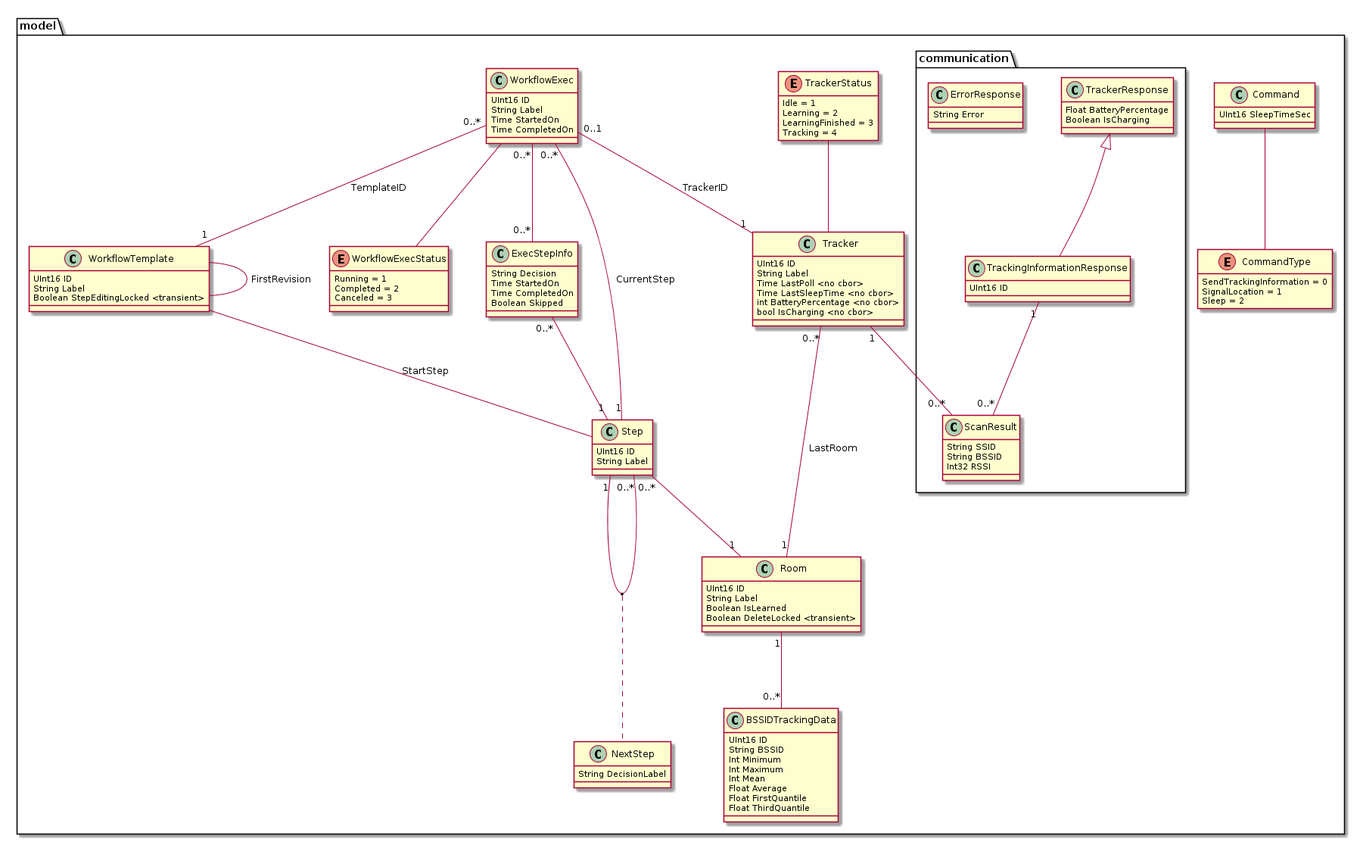
This is paper/images/uml.png from glidingthroughspace/paper-tracker, a PlantUML export, as it was before one commit.
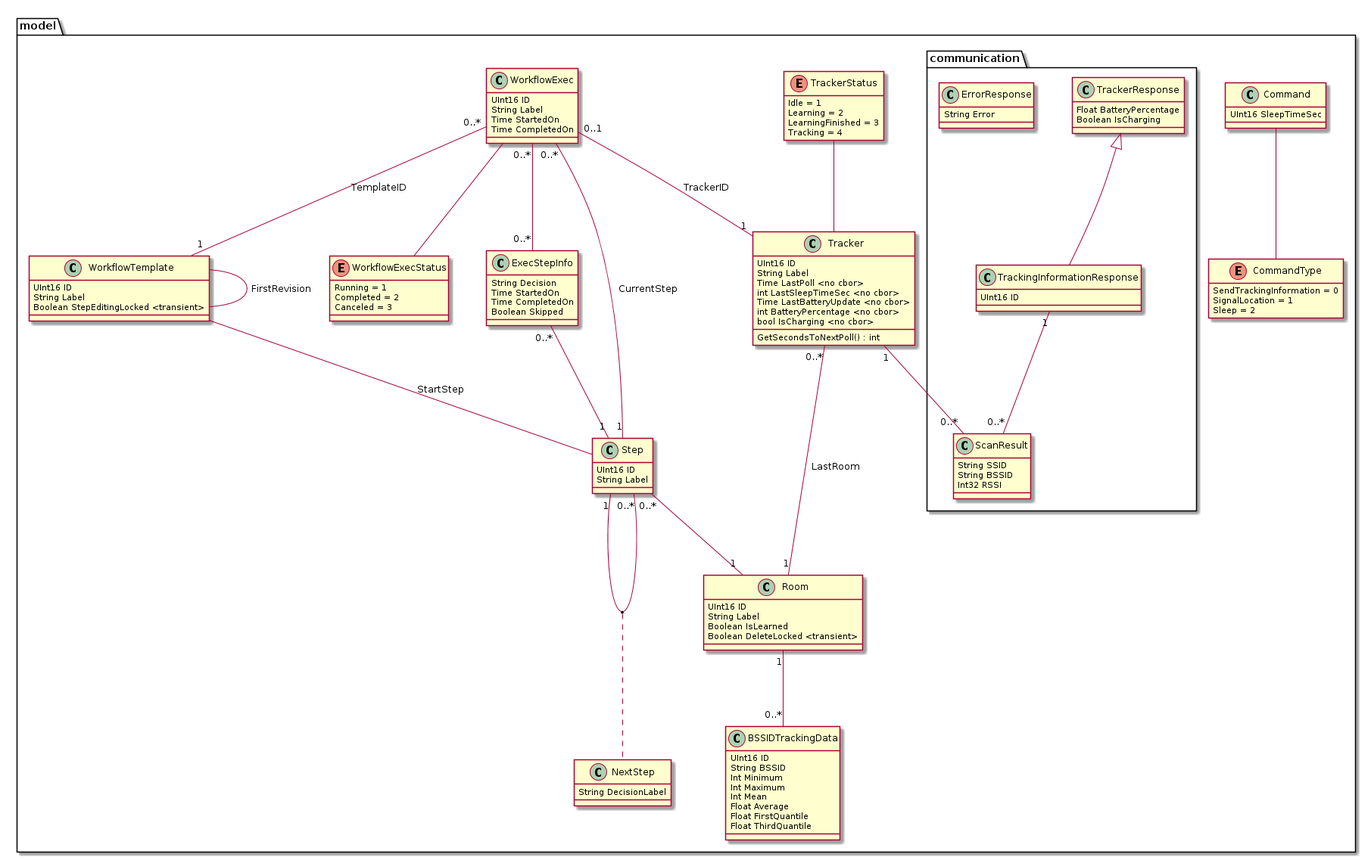
Later version of the same file.

What changed in the source:
```diff
@@ -7,9 +7,12 @@
     UInt16 ID
     String Label
     Time LastPoll <no cbor>
-    Time LastSleepTime <no cbor>
+    int LastSleepTimeSec <no cbor>
+    Time LastBatteryUpdate <no cbor>
     int BatteryPercentage <no cbor>
     bool IsCharging <no cbor>
+
+    GetSecondsToNextPoll() : int
   }
 
   enum TrackerStatus {
```
